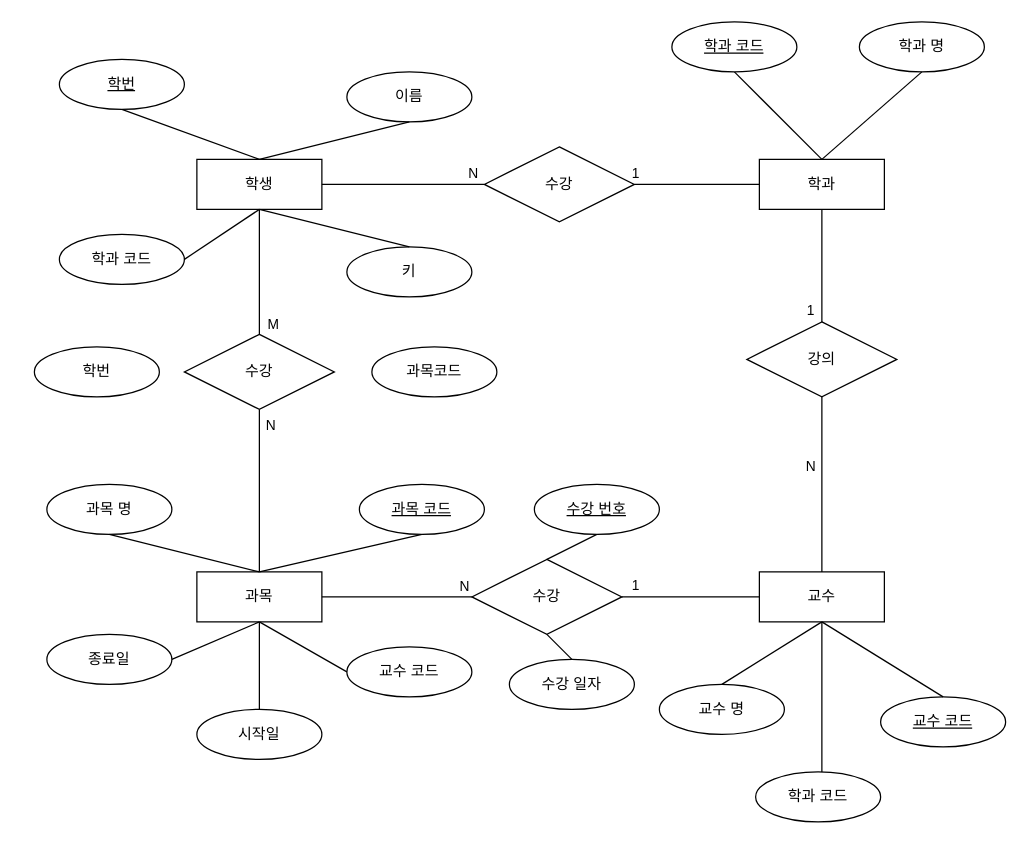
This is page "페이지-1" (1 of 2) of 학사관리.drawio from cchoiGeon/erd, a draw.io file, before an edit. Source tidied: cells renumbered, new cells numbered last; positions are measured from the earlier drawing's top-left corner, leaving out a move shared by most shapes. Both pictures are drawn from the tidied source at 125%, with x=0, y=0 at pixel (34, 21).
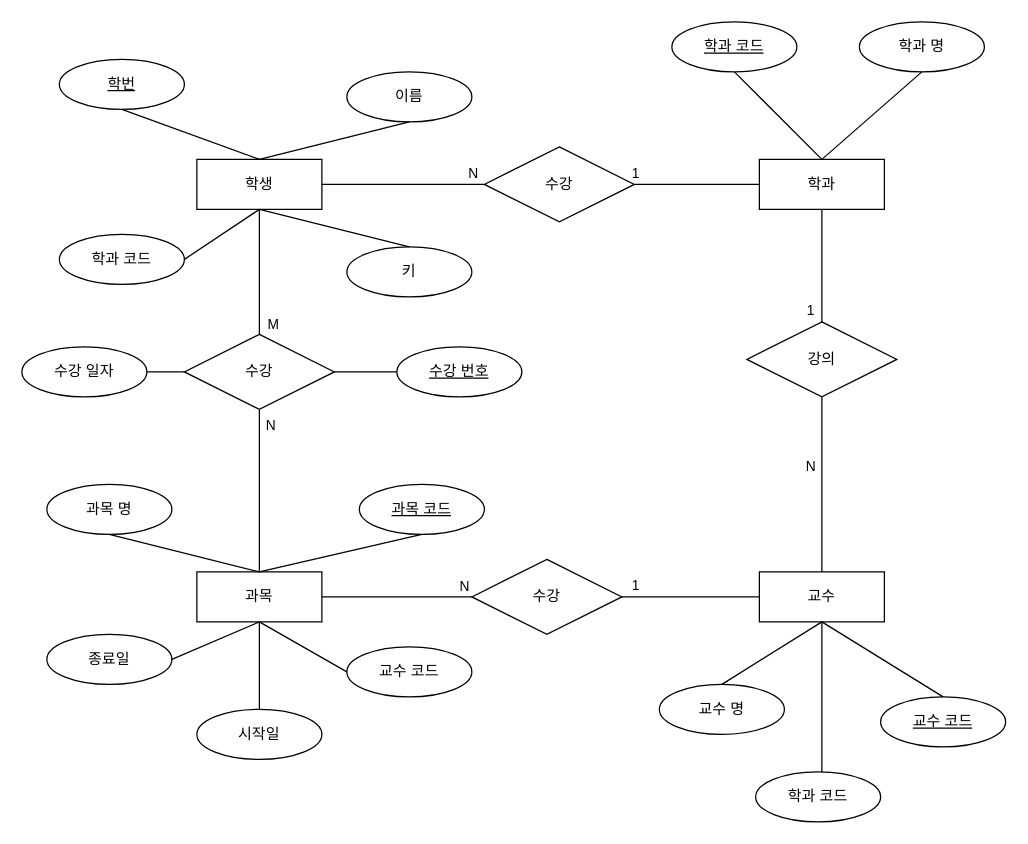
After the change.

Commit message (it also covers changes not shown here):
학사관리.drawio 업데이트

The change refers to these unchanged cells:
```xml
<mxCell id="34" value="수강" style="shape=rhombus;perimeter=rhombusPerimeter;whiteSpace=wrap;html=1;align=center;" parent="1" vertex="1">
  <mxGeometry x="120" y="250" width="120" height="60" as="geometry" />
</mxCell>
<mxCell id="43" value="수강" style="shape=rhombus;perimeter=rhombusPerimeter;whiteSpace=wrap;html=1;align=center;" parent="1" vertex="1">
  <mxGeometry x="350" y="430" width="120" height="60" as="geometry" />
</mxCell>
```

Change to the diagram source:
```diff
@@
-    <mxCell id="54" value="학번" style="ellipse;whiteSpace=wrap;html=1;align=center;" parent="1" vertex="1">
-      <mxGeometry y="260" width="100" height="40" as="geometry" />
-    </mxCell>
-    <mxCell id="55" value="과목코드" style="ellipse;whiteSpace=wrap;html=1;align=center;" parent="1" vertex="1">
-      <mxGeometry x="270" y="260" width="100" height="40" as="geometry" />
-    </mxCell>
     <mxCell id="56" value="수강 일자" style="ellipse;whiteSpace=wrap;html=1;align=center;" parent="1" vertex="1">
-      <mxGeometry x="380" y="510" width="100" height="40" as="geometry" />
+      <mxGeometry x="-10" y="260" width="100" height="40" as="geometry" />
     </mxCell>
-    <mxCell id="57" style="endArrow=none;html=1;rounded=0;entryX=0.5;entryY=0;entryDx=0;entryDy=0;exitX=0.5;exitY=1;exitDx=0;exitDy=0;" parent="1" edge="1" source="43" target="56">
-      <mxGeometry relative="1" as="geometry" />
-    </mxCell>
-    <mxCell id="58" style="endArrow=none;html=1;rounded=0;exitX=0.5;exitY=0;exitDx=0;exitDy=0;entryX=0.5;entryY=1;entryDx=0;entryDy=0;" parent="1" edge="1" source="43" target="59">
-      <mxGeometry relative="1" as="geometry" />
-    </mxCell>
     <mxCell id="59" value="수강 번호" style="ellipse;whiteSpace=wrap;html=1;align=center;fontStyle=4;" parent="1" vertex="1">
-      <mxGeometry x="400" y="370" width="100" height="40" as="geometry" />
+      <mxGeometry x="290" y="260" width="100" height="40" as="geometry" />
     </mxCell>
+    <mxCell id="60" style="endArrow=none;html=1;rounded=0;exitX=0;exitY=0.5;exitDx=0;exitDy=0;entryX=1;entryY=0.5;entryDx=0;entryDy=0;" parent="1" edge="1" source="59" target="34">
+      <mxGeometry relative="1" as="geometry" />
+    </mxCell>
+    <mxCell id="61" style="endArrow=none;html=1;rounded=0;exitX=1;exitY=0.5;exitDx=0;exitDy=0;entryX=0;entryY=0.5;entryDx=0;entryDy=0;" parent="1" edge="1" source="56" target="34">
+      <mxGeometry relative="1" as="geometry" />
+    </mxCell>
```
